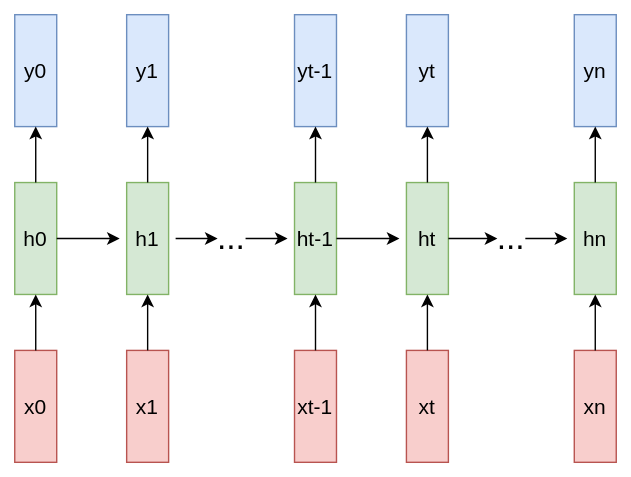
This is docs/deep_learning/res/rnn_arch.svg from wangrl2016/machine_learning_series, a draw.io export, as it was before one commit. Source tidied: cells renumbered, new cells last; positions are measured from the earlier drawing's top-left corner, leaving out a move shared by most shapes.
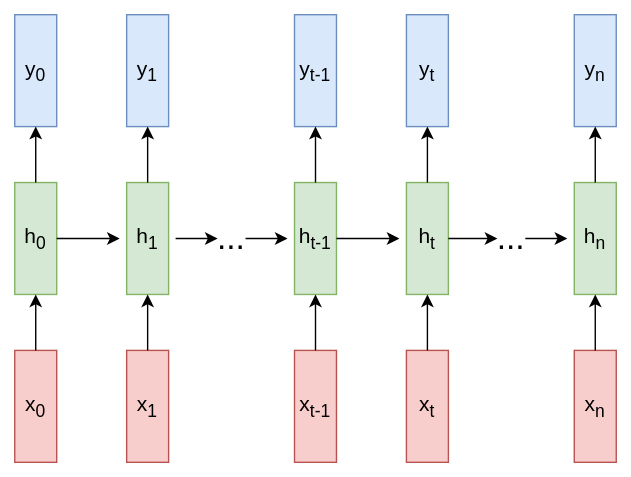
Above is the later version.

Diff of the diagram source:
```diff
@@ -2,13 +2,13 @@
   <root>
     <mxCell id="0" />
     <mxCell id="1" parent="0" />
-    <mxCell id="2" value="y0" style="rounded=0;whiteSpace=wrap;html=1;fontSize=15;fillColor=#dae8fc;strokeColor=#6c8ebf;" parent="1" vertex="1">
+    <mxCell id="2" value="y&lt;sub&gt;0&lt;/sub&gt;" style="rounded=0;whiteSpace=wrap;html=1;fontSize=15;fillColor=#dae8fc;strokeColor=#6c8ebf;" parent="1" vertex="1">
       <mxGeometry width="30" height="80" as="geometry" />
     </mxCell>
-    <mxCell id="3" value="h0" style="rounded=0;whiteSpace=wrap;html=1;fontSize=15;fillColor=#d5e8d4;strokeColor=#82b366;" parent="1" vertex="1">
+    <mxCell id="3" value="h&lt;sub&gt;0&lt;/sub&gt;" style="rounded=0;whiteSpace=wrap;html=1;fontSize=15;fillColor=#d5e8d4;strokeColor=#82b366;" parent="1" vertex="1">
       <mxGeometry y="120" width="30" height="80" as="geometry" />
     </mxCell>
-    <mxCell id="4" value="&lt;font&gt;x0&lt;/font&gt;" style="rounded=0;whiteSpace=wrap;html=1;fontSize=15;fillColor=#f8cecc;strokeColor=#b85450;" parent="1" vertex="1">
+    <mxCell id="4" value="&lt;font&gt;x&lt;sub&gt;0&lt;/sub&gt;&lt;/font&gt;" style="rounded=0;whiteSpace=wrap;html=1;fontSize=15;fillColor=#f8cecc;strokeColor=#b85450;" parent="1" vertex="1">
       <mxGeometry y="240" width="30" height="80" as="geometry" />
     </mxCell>
     <mxCell id="5" style="endArrow=classic;html=1;rounded=0;exitX=0.5;exitY=0;exitDx=0;exitDy=0;" parent="1" edge="1" source="3">
@@ -21,13 +21,13 @@
         <mxPoint x="15" y="200" as="targetPoint" />
       </mxGeometry>
     </mxCell>
-    <mxCell id="7" value="y1" style="rounded=0;whiteSpace=wrap;html=1;fontSize=15;fillColor=#dae8fc;strokeColor=#6c8ebf;" parent="1" vertex="1">
+    <mxCell id="7" value="y&lt;sub&gt;1&lt;/sub&gt;" style="rounded=0;whiteSpace=wrap;html=1;fontSize=15;fillColor=#dae8fc;strokeColor=#6c8ebf;" parent="1" vertex="1">
       <mxGeometry x="80" width="30" height="80" as="geometry" />
     </mxCell>
-    <mxCell id="8" value="h1" style="rounded=0;whiteSpace=wrap;html=1;fontSize=15;fillColor=#d5e8d4;strokeColor=#82b366;" parent="1" vertex="1">
+    <mxCell id="8" value="h&lt;sub&gt;1&lt;/sub&gt;" style="rounded=0;whiteSpace=wrap;html=1;fontSize=15;fillColor=#d5e8d4;strokeColor=#82b366;" parent="1" vertex="1">
       <mxGeometry x="80" y="120" width="30" height="80" as="geometry" />
     </mxCell>
-    <mxCell id="9" value="&lt;font&gt;x1&lt;/font&gt;" style="rounded=0;whiteSpace=wrap;html=1;fontSize=15;fillColor=#f8cecc;strokeColor=#b85450;" parent="1" vertex="1">
+    <mxCell id="9" value="&lt;font&gt;x&lt;sub&gt;1&lt;/sub&gt;&lt;/font&gt;" style="rounded=0;whiteSpace=wrap;html=1;fontSize=15;fillColor=#f8cecc;strokeColor=#b85450;" parent="1" vertex="1">
       <mxGeometry x="80" y="240" width="30" height="80" as="geometry" />
     </mxCell>
     <mxCell id="10" style="endArrow=classic;html=1;rounded=0;exitX=0.5;exitY=0;exitDx=0;exitDy=0;" parent="1" edge="1" source="8">
@@ -40,13 +40,13 @@
         <mxPoint x="95" y="200" as="targetPoint" />
       </mxGeometry>
     </mxCell>
-    <mxCell id="12" value="yt-1" style="rounded=0;whiteSpace=wrap;html=1;fontSize=15;fillColor=#dae8fc;strokeColor=#6c8ebf;" parent="1" vertex="1">
+    <mxCell id="12" value="y&lt;sub&gt;t-1&lt;/sub&gt;" style="rounded=0;whiteSpace=wrap;html=1;fontSize=15;fillColor=#dae8fc;strokeColor=#6c8ebf;" parent="1" vertex="1">
       <mxGeometry x="200" width="30" height="80" as="geometry" />
     </mxCell>
-    <mxCell id="13" value="ht-1" style="rounded=0;whiteSpace=wrap;html=1;fontSize=15;fillColor=#d5e8d4;strokeColor=#82b366;" parent="1" vertex="1">
+    <mxCell id="13" value="h&lt;sub&gt;t-1&lt;/sub&gt;" style="rounded=0;whiteSpace=wrap;html=1;fontSize=15;fillColor=#d5e8d4;strokeColor=#82b366;" parent="1" vertex="1">
       <mxGeometry x="200" y="120" width="30" height="80" as="geometry" />
     </mxCell>
-    <mxCell id="14" value="&lt;font&gt;xt-1&lt;/font&gt;" style="rounded=0;whiteSpace=wrap;html=1;fontSize=15;fillColor=#f8cecc;strokeColor=#b85450;" parent="1" vertex="1">
+    <mxCell id="14" value="&lt;font&gt;x&lt;sub&gt;t-1&lt;/sub&gt;&lt;/font&gt;" style="rounded=0;whiteSpace=wrap;html=1;fontSize=15;fillColor=#f8cecc;strokeColor=#b85450;" parent="1" vertex="1">
       <mxGeometry x="200" y="240" width="30" height="80" as="geometry" />
     </mxCell>
     <mxCell id="15" style="endArrow=classic;html=1;rounded=0;exitX=0.5;exitY=0;exitDx=0;exitDy=0;" parent="1" edge="1" source="13">
@@ -59,13 +59,13 @@
         <mxPoint x="215" y="200" as="targetPoint" />
       </mxGeometry>
     </mxCell>
-    <mxCell id="17" value="yn" style="rounded=0;whiteSpace=wrap;html=1;fontSize=15;fillColor=#dae8fc;strokeColor=#6c8ebf;" parent="1" vertex="1">
+    <mxCell id="17" value="y&lt;sub&gt;n&lt;/sub&gt;" style="rounded=0;whiteSpace=wrap;html=1;fontSize=15;fillColor=#dae8fc;strokeColor=#6c8ebf;" parent="1" vertex="1">
       <mxGeometry x="400" width="30" height="80" as="geometry" />
     </mxCell>
-    <mxCell id="18" value="hn" style="rounded=0;whiteSpace=wrap;html=1;fontSize=15;fillColor=#d5e8d4;strokeColor=#82b366;" parent="1" vertex="1">
+    <mxCell id="18" value="h&lt;sub&gt;n&lt;/sub&gt;" style="rounded=0;whiteSpace=wrap;html=1;fontSize=15;fillColor=#d5e8d4;strokeColor=#82b366;" parent="1" vertex="1">
       <mxGeometry x="400" y="120" width="30" height="80" as="geometry" />
     </mxCell>
-    <mxCell id="19" value="&lt;font&gt;xn&lt;/font&gt;" style="rounded=0;whiteSpace=wrap;html=1;fontSize=15;fillColor=#f8cecc;strokeColor=#b85450;" parent="1" vertex="1">
+    <mxCell id="19" value="&lt;font&gt;x&lt;sub&gt;n&lt;/sub&gt;&lt;/font&gt;" style="rounded=0;whiteSpace=wrap;html=1;fontSize=15;fillColor=#f8cecc;strokeColor=#b85450;" parent="1" vertex="1">
       <mxGeometry x="400" y="240" width="30" height="80" as="geometry" />
     </mxCell>
     <mxCell id="20" style="endArrow=classic;html=1;rounded=0;exitX=0.5;exitY=0;exitDx=0;exitDy=0;" parent="1" edge="1" source="18">
@@ -83,13 +83,13 @@
         <mxPoint x="75" y="160" as="targetPoint" />
       </mxGeometry>
     </mxCell>
-    <mxCell id="23" value="yt" style="rounded=0;whiteSpace=wrap;html=1;fontSize=15;fillColor=#dae8fc;strokeColor=#6c8ebf;" parent="1" vertex="1">
+    <mxCell id="23" value="y&lt;sub&gt;t&lt;/sub&gt;" style="rounded=0;whiteSpace=wrap;html=1;fontSize=15;fillColor=#dae8fc;strokeColor=#6c8ebf;" parent="1" vertex="1">
       <mxGeometry x="280" width="30" height="80" as="geometry" />
     </mxCell>
-    <mxCell id="24" value="ht" style="rounded=0;whiteSpace=wrap;html=1;fontSize=15;fillColor=#d5e8d4;strokeColor=#82b366;" parent="1" vertex="1">
+    <mxCell id="24" value="h&lt;sub&gt;t&lt;/sub&gt;" style="rounded=0;whiteSpace=wrap;html=1;fontSize=15;fillColor=#d5e8d4;strokeColor=#82b366;" parent="1" vertex="1">
       <mxGeometry x="280" y="120" width="30" height="80" as="geometry" />
     </mxCell>
-    <mxCell id="25" value="&lt;font&gt;xt&lt;/font&gt;" style="rounded=0;whiteSpace=wrap;html=1;fontSize=15;fillColor=#f8cecc;strokeColor=#b85450;" parent="1" vertex="1">
+    <mxCell id="25" value="&lt;font&gt;x&lt;sub&gt;t&lt;/sub&gt;&lt;/font&gt;" style="rounded=0;whiteSpace=wrap;html=1;fontSize=15;fillColor=#f8cecc;strokeColor=#b85450;" parent="1" vertex="1">
       <mxGeometry x="280" y="240" width="30" height="80" as="geometry" />
     </mxCell>
     <mxCell id="26" style="endArrow=classic;html=1;rounded=0;exitX=0.5;exitY=0;exitDx=0;exitDy=0;" parent="1" edge="1" source="24">
```
